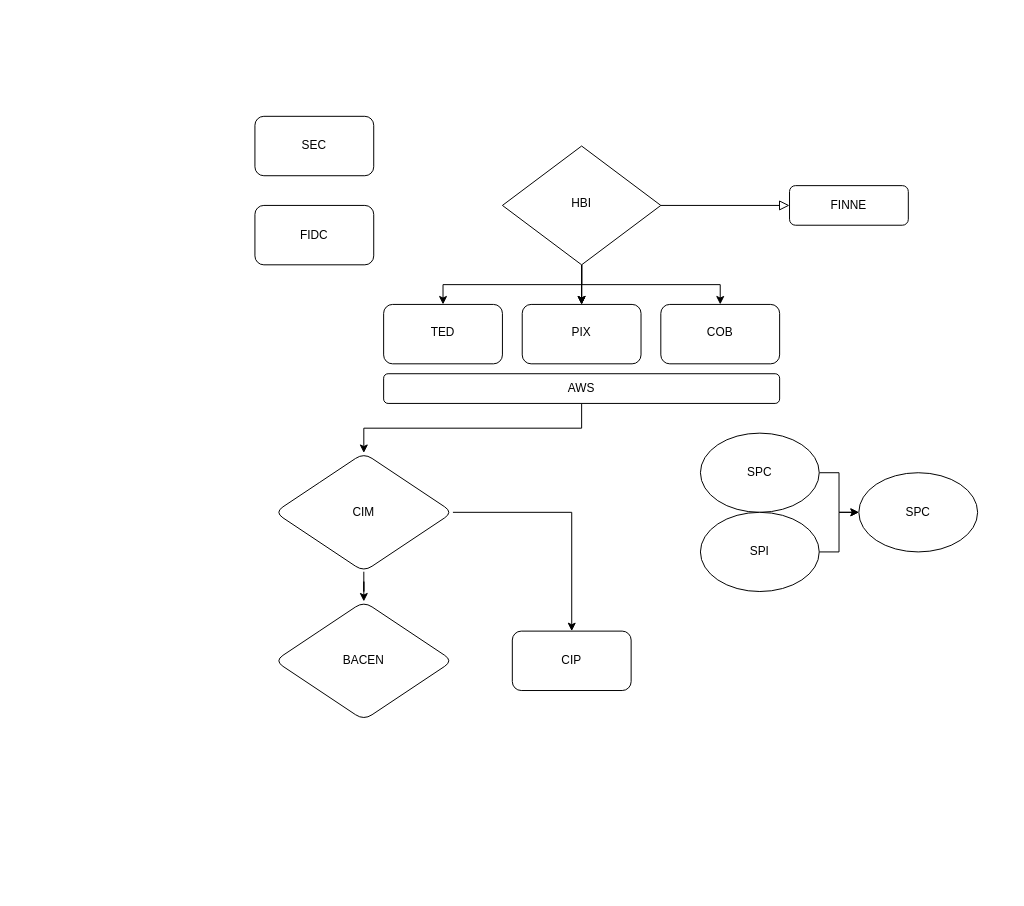
Above: AtccDiagrama.drawio in gcordano/codignatoratk (draw.io), before the change. Source tidied: cells renumbered, new cells numbered last; positions are measured from the earlier drawing's top-left corner, leaving out a move shared by most shapes. Both pictures are drawn from the tidied source at 99%, with x=0, y=0 at pixel (254, 116).
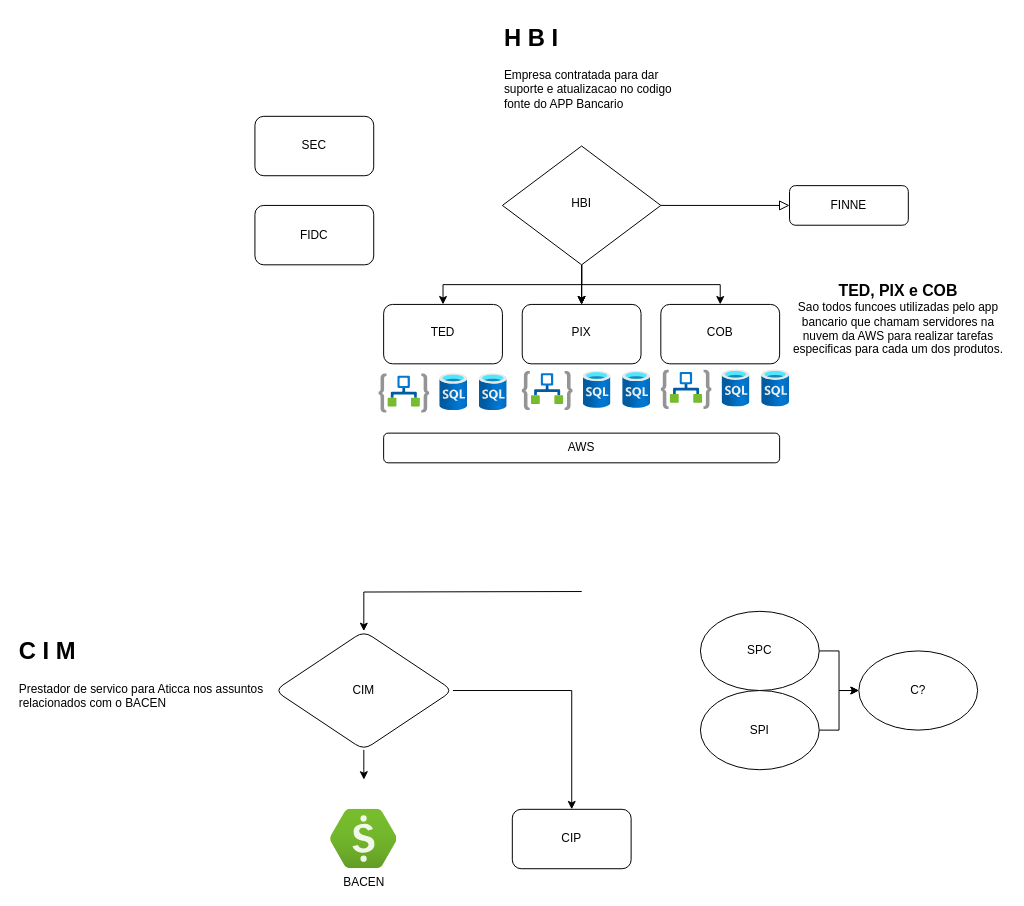
The same diagram, later.

What changed in the source:
```diff
@@
-    <mxCell id="15" style="edgeStyle=orthogonalEdgeStyle;rounded=0;jettySize=auto;html=1;" parent="1" edge="1" source="16" target="19">
-      <mxGeometry relative="1" as="geometry" />
+    <mxCell id="15" style="edgeStyle=orthogonalEdgeStyle;rounded=0;jettySize=auto;html=1;" parent="1" edge="1" target="19">
+      <mxGeometry relative="1" as="geometry">
+        <mxPoint x="330.1" y="480" as="sourcePoint" />
+      </mxGeometry>
     </mxCell>
     <mxCell id="16" value="AWS" style="rounded=1;whiteSpace=wrap;html=1;" parent="1" vertex="1">
-      <mxGeometry x="130" y="260" width="400" height="30" as="geometry" />
+      <mxGeometry x="130" y="320" width="400" height="30" as="geometry" />
     </mxCell>
-    <mxCell id="17" style="edgeStyle=orthogonalEdgeStyle;rounded=0;jettySize=auto;html=1;" parent="1" edge="1" source="19" target="20">
-      <mxGeometry relative="1" as="geometry" />
+    <mxCell id="17" style="edgeStyle=orthogonalEdgeStyle;rounded=0;jettySize=auto;html=1;" parent="1" edge="1" source="19">
+      <mxGeometry relative="1" as="geometry">
+        <mxPoint x="110.1" y="670" as="targetPoint" />
+      </mxGeometry>
     </mxCell>
@@
     <mxCell id="19" value="CIM" style="rhombus;whiteSpace=wrap;html=1;rounded=1;" parent="1" vertex="1">
-      <mxGeometry x="20" y="340" width="180" height="120" as="geometry" />
+      <mxGeometry x="20" y="520" width="180" height="120" as="geometry" />
     </mxCell>
-    <mxCell id="20" value="BACEN" style="rhombus;whiteSpace=wrap;html=1;rounded=1;" parent="1" vertex="1">
-      <mxGeometry x="20" y="490" width="180" height="120" as="geometry" />
-    </mxCell>
     <mxCell id="21" value="CIP" style="rounded=1;whiteSpace=wrap;html=1;" parent="1" vertex="1">
-      <mxGeometry x="260" y="520" width="120" height="60" as="geometry" />
+      <mxGeometry x="260" y="700" width="120" height="60" as="geometry" />
     </mxCell>
@@
     <mxCell id="25" value="SPC" style="ellipse;whiteSpace=wrap;html=1;" parent="1" vertex="1">
-      <mxGeometry x="450" y="320" width="120" height="80" as="geometry" />
+      <mxGeometry x="450" y="500" width="120" height="80" as="geometry" />
     </mxCell>
@@
     <mxCell id="27" value="SPI" style="ellipse;whiteSpace=wrap;html=1;" parent="1" vertex="1">
-      <mxGeometry x="450" y="400" width="120" height="80" as="geometry" />
+      <mxGeometry x="450" y="580" width="120" height="80" as="geometry" />
     </mxCell>
-    <mxCell id="28" value="SPC" style="ellipse;whiteSpace=wrap;html=1;" parent="1" vertex="1">
-      <mxGeometry x="610" y="360" width="120" height="80" as="geometry" />
+    <mxCell id="28" value="C?" style="ellipse;whiteSpace=wrap;html=1;" parent="1" vertex="1">
+      <mxGeometry x="610" y="540" width="120" height="80" as="geometry" />
     </mxCell>
+    <mxCell id="29" value="&lt;h1 style=&quot;margin-top: 0px;&quot;&gt;C I M&lt;/h1&gt;&lt;p&gt;Prestador de servico para Aticca nos assuntos relacionados com o BACEN&lt;/p&gt;" style="text;html=1;whiteSpace=wrap;overflow=hidden;rounded=0;" parent="1" vertex="1">
+      <mxGeometry x="-240" y="520" width="250" height="100" as="geometry" />
+    </mxCell>
+    <mxCell id="30" value="&lt;h1 style=&quot;margin-top: 0px;&quot;&gt;H B I&lt;/h1&gt;&lt;p&gt;Empresa contratada para dar suporte e atualizacao no codigo fonte do APP Bancario&lt;/p&gt;" style="text;html=1;whiteSpace=wrap;overflow=hidden;rounded=0;" parent="1" vertex="1">
+      <mxGeometry x="250" y="-100" width="180" height="120" as="geometry" />
+    </mxCell>
+    <mxCell id="31" value="&lt;b&gt;&lt;font style=&quot;font-size: 16px;&quot;&gt;TED, PIX e COB&lt;br&gt;&lt;/font&gt;&lt;/b&gt;Sao todos funcoes utilizadas pelo app bancario que chamam servidores na nuvem da AWS para realizar tarefas especificas para cada um dos produtos." style="text;html=1;align=center;verticalAlign=middle;whiteSpace=wrap;rounded=0;" parent="1" vertex="1">
+      <mxGeometry x="540" y="150" width="220" height="110" as="geometry" />
+    </mxCell>
+    <mxCell id="20" value="BACEN" style="image;html=1;points=[];align=center;fontSize=12;image=img/lib/azure2/general/Cost_Management.svg;" parent="1" vertex="1">
+      <mxGeometry x="76.5" y="700" width="67" height="60" as="geometry" />
+    </mxCell>
+    <mxCell id="32" style="image;html=1;align=center;fontSize=12;image=img/lib/azure2/integration/Logic_Apps.svg;" parent="1" vertex="1">
+      <mxGeometry x="125.2" y="260" width="51.5" height="40" as="geometry" />
+    </mxCell>
+    <mxCell id="33" style="image;html=1;align=center;fontSize=12;image=img/lib/azure2/databases/SQL_Database.svg;" parent="1" vertex="1">
+      <mxGeometry x="226.7" y="260" width="28.1" height="37.5" as="geometry" />
+    </mxCell>
+    <mxCell id="34" style="image;html=1;align=center;fontSize=12;image=img/lib/azure2/databases/SQL_Database.svg;" parent="1" vertex="1">
+      <mxGeometry x="186.7" y="260" width="28.1" height="37.5" as="geometry" />
+    </mxCell>
+    <mxCell id="35" style="image;html=1;align=center;fontSize=12;image=img/lib/azure2/integration/Logic_Apps.svg;" parent="1" vertex="1">
+      <mxGeometry x="270" y="257.5" width="51.5" height="40" as="geometry" />
+    </mxCell>
+    <mxCell id="36" style="image;html=1;align=center;fontSize=12;image=img/lib/azure2/databases/SQL_Database.svg;" parent="1" vertex="1">
+      <mxGeometry x="371.5" y="257.5" width="28.1" height="37.5" as="geometry" />
+    </mxCell>
+    <mxCell id="37" style="image;html=1;align=center;fontSize=12;image=img/lib/azure2/databases/SQL_Database.svg;" parent="1" vertex="1">
+      <mxGeometry x="331.5" y="257.5" width="28.1" height="37.5" as="geometry" />
+    </mxCell>
+    <mxCell id="38" style="image;html=1;align=center;fontSize=12;image=img/lib/azure2/integration/Logic_Apps.svg;" parent="1" vertex="1">
+      <mxGeometry x="410.3" y="256.2" width="51.5" height="40" as="geometry" />
+    </mxCell>
+    <mxCell id="39" style="image;html=1;align=center;fontSize=12;image=img/lib/azure2/databases/SQL_Database.svg;" parent="1" vertex="1">
+      <mxGeometry x="511.9" y="256.2" width="28.1" height="37.5" as="geometry" />
+    </mxCell>
+    <mxCell id="40" style="image;html=1;align=center;fontSize=12;image=img/lib/azure2/databases/SQL_Database.svg;" parent="1" vertex="1">
+      <mxGeometry x="471.9" y="256.2" width="28.1" height="37.5" as="geometry" />
+    </mxCell>
```
